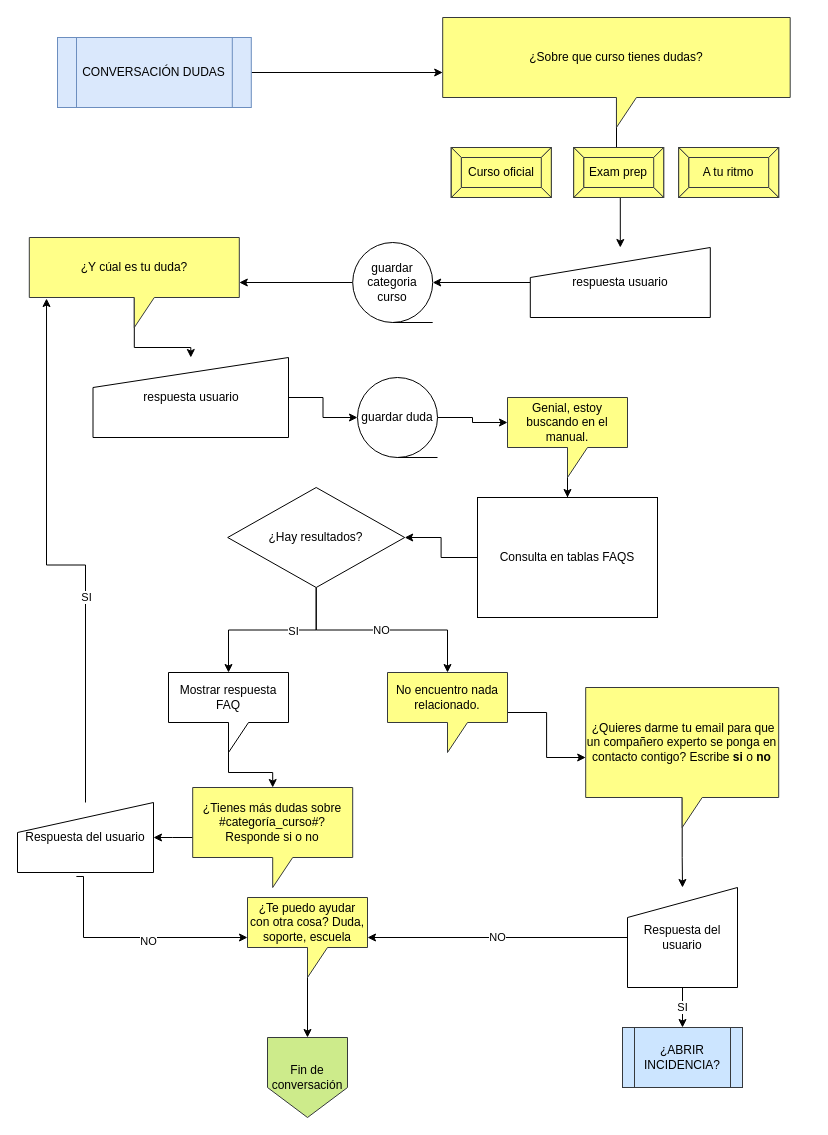
Above: page "Dudas" (2 of 4) of chatbotTE.drawio in carlosromero/chatbotworkflowte (draw.io), before the change. Source tidied: cells renumbered, new cells numbered last; positions are measured from the earlier drawing's top-left corner, leaving out a move shared by most shapes. Both pictures are drawn from the tidied source at 100%, with x=0, y=0 at pixel (17, 17).
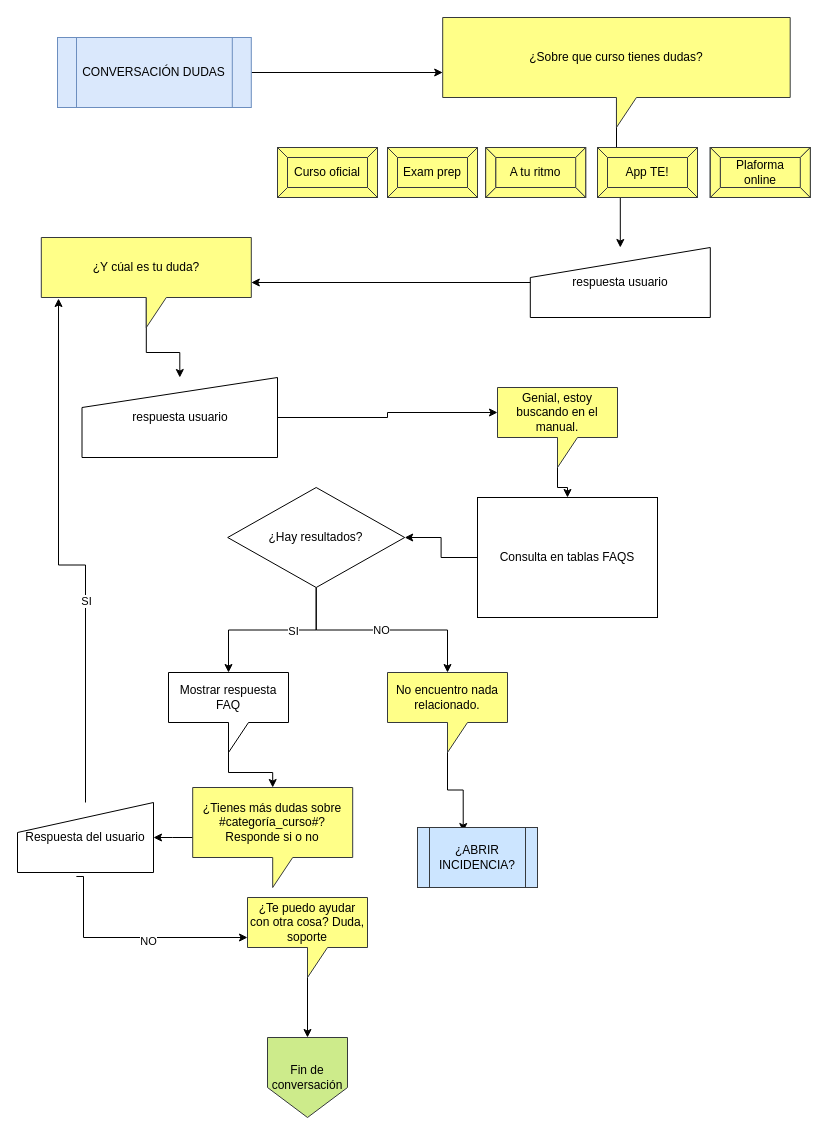
The same page after the edit.

Unchanged cells that the change refers to:
```xml
<mxCell id="8" value="respuesta usuario" style="shape=manualInput;whiteSpace=wrap;html=1;" parent="1" vertex="1">
  <mxGeometry x="512.8" y="230" width="180" height="70" as="geometry" />
</mxCell>
<mxCell id="31" value="No encuentro nada relacionado." style="shape=callout;whiteSpace=wrap;html=1;perimeter=calloutPerimeter;fillColor=#ffff88;strokeColor=#36393d;" parent="1" vertex="1">
  <mxGeometry x="370" y="655" width="120" height="80" as="geometry" />
</mxCell>
```

What changed in the source:
```diff
@@
     <mxCell id="4" value="Curso oficial" style="labelPosition=center;verticalLabelPosition=middle;align=center;html=1;shape=mxgraph.basic.button;dx=10;whiteSpace=wrap;fillColor=#ffff88;strokeColor=#36393d;" parent="1" vertex="1">
-      <mxGeometry x="433.8" y="130" width="100" height="50" as="geometry" />
+      <mxGeometry x="260" y="130" width="100" height="50" as="geometry" />
     </mxCell>
     <mxCell id="5" value="A tu ritmo" style="labelPosition=center;verticalLabelPosition=middle;align=center;html=1;shape=mxgraph.basic.button;dx=10;whiteSpace=wrap;fillColor=#ffff88;strokeColor=#36393d;" parent="1" vertex="1">
-      <mxGeometry x="661.2" y="130" width="100" height="50" as="geometry" />
+      <mxGeometry x="468.2" y="130" width="100" height="50" as="geometry" />
     </mxCell>
     <mxCell id="6" value="Exam prep" style="labelPosition=center;verticalLabelPosition=middle;align=center;html=1;shape=mxgraph.basic.button;dx=10;whiteSpace=wrap;fillColor=#ffff88;strokeColor=#36393d;" parent="1" vertex="1">
-      <mxGeometry x="556.2" y="130" width="90" height="50" as="geometry" />
+      <mxGeometry x="370" y="130" width="90" height="50" as="geometry" />
     </mxCell>
-    <mxCell id="7" style="edgeStyle=orthogonalEdgeStyle;rounded=0;jettySize=auto;html=1;" parent="1" edge="1" source="8" target="12">
-      <mxGeometry relative="1" as="geometry" />
-    </mxCell>
@@
     <mxCell id="10" value="&lt;div&gt;&lt;p&gt;¿Y cúal es tu duda?&lt;/p&gt;&lt;/div&gt;" style="shape=callout;whiteSpace=wrap;html=1;perimeter=calloutPerimeter;fillColor=#ffff88;strokeColor=#36393d;" parent="1" vertex="1">
-      <mxGeometry x="11.8" y="220" width="210" height="90" as="geometry" />
+      <mxGeometry x="23.8" y="220" width="210" height="90" as="geometry" />
     </mxCell>
-    <mxCell id="11" style="edgeStyle=orthogonalEdgeStyle;rounded=0;jettySize=auto;html=1;" parent="1" edge="1" source="12" target="10">
+    <mxCell id="11" style="edgeStyle=orthogonalEdgeStyle;rounded=0;jettySize=auto;html=1;" parent="1" edge="1" source="8" target="10">
       <mxGeometry relative="1" as="geometry" />
     </mxCell>
-    <mxCell id="12" value="guardar categoria curso" style="shape=tapeData;whiteSpace=wrap;html=1;perimeter=ellipsePerimeter;" parent="1" vertex="1">
-      <mxGeometry x="335.2" y="225" width="80" height="80" as="geometry" />
-    </mxCell>
-    <mxCell id="13" style="edgeStyle=orthogonalEdgeStyle;rounded=0;jettySize=auto;html=1;" parent="1" edge="1" source="14" target="16">
+    <mxCell id="13" style="edgeStyle=orthogonalEdgeStyle;rounded=0;jettySize=auto;html=1;entryX=0;entryY=0;entryDx=0;entryDy=25;entryPerimeter=0;" parent="1" edge="1" source="14" target="35">
       <mxGeometry relative="1" as="geometry" />
     </mxCell>
     <mxCell id="14" value="respuesta usuario" style="shape=manualInput;whiteSpace=wrap;html=1;" parent="1" vertex="1">
-      <mxGeometry x="75.5" y="340" width="195.5" height="80" as="geometry" />
+      <mxGeometry x="64.5" y="360" width="195.5" height="80" as="geometry" />
     </mxCell>
-    <mxCell id="15" style="edgeStyle=orthogonalEdgeStyle;rounded=0;jettySize=auto;html=1;entryX=0;entryY=0;entryDx=0;entryDy=25;entryPerimeter=0;" parent="1" edge="1" source="16" target="35">
-      <mxGeometry relative="1" as="geometry" />
-    </mxCell>
-    <mxCell id="16" value="guardar duda" style="shape=tapeData;whiteSpace=wrap;html=1;perimeter=ellipsePerimeter;" parent="1" vertex="1">
-      <mxGeometry x="340" y="360" width="80" height="80" as="geometry" />
-    </mxCell>
@@
-    <mxCell id="30" style="edgeStyle=orthogonalEdgeStyle;rounded=0;jettySize=auto;html=1;" parent="1" edge="1" source="31" target="33">
+    <mxCell id="30" style="edgeStyle=orthogonalEdgeStyle;rounded=0;jettySize=auto;html=1;entryX=0.381;entryY=0.067;entryDx=0;entryDy=0;entryPerimeter=0;" parent="1" edge="1" source="31" target="38">
       <mxGeometry relative="1" as="geometry" />
     </mxCell>
@@
-    <mxCell id="32" style="edgeStyle=orthogonalEdgeStyle;rounded=0;jettySize=auto;html=1;" parent="1" edge="1" source="33" target="44">
-      <mxGeometry relative="1" as="geometry" />
+    <mxCell id="32" style="edgeStyle=orthogonalEdgeStyle;rounded=0;orthogonalLoop=1;jettySize=auto;html=1;" parent="1" edge="1">
+      <mxGeometry relative="1" as="geometry">
+        <mxPoint x="664.8" y="780" as="sourcePoint" />
+      </mxGeometry>
     </mxCell>
-    <mxCell id="33" value="&lt;div&gt;&amp;nbsp;¿Quieres darme tu email para que un compañero experto se ponga en contacto contigo? Escribe &lt;b&gt;si&lt;/b&gt; o &lt;b&gt;no&lt;/b&gt;&lt;/div&gt;" style="shape=callout;whiteSpace=wrap;html=1;perimeter=calloutPerimeter;fillColor=#ffff88;strokeColor=#36393d;" parent="1" vertex="1">
-      <mxGeometry x="568.2" y="670" width="193" height="140" as="geometry" />
-    </mxCell>
@@
     <mxCell id="35" value="Genial, estoy buscando en el manual." style="shape=callout;whiteSpace=wrap;html=1;perimeter=calloutPerimeter;fillColor=#ffff88;strokeColor=#36393d;" parent="1" vertex="1">
-      <mxGeometry x="490" y="380" width="120" height="80" as="geometry" />
+      <mxGeometry x="480" y="370" width="120" height="80" as="geometry" />
     </mxCell>
@@
-    <mxCell id="38" value="¿ABRIR INCIDENCIA?" style="shape=process;whiteSpace=wrap;html=1;backgroundOutline=1;fillColor=#cce5ff;strokeColor=#36393d;" parent="1" vertex="1">
-      <mxGeometry x="605" y="1010" width="120" height="60" as="geometry" />
-    </mxCell>
@@
-    <mxCell id="40" value="¿Te puedo ayudar con otra cosa? Duda, soporte, escuela" style="shape=callout;whiteSpace=wrap;html=1;perimeter=calloutPerimeter;fillColor=#ffff88;strokeColor=#36393d;" parent="1" vertex="1">
+    <mxCell id="40" value="¿Te puedo ayudar con otra cosa? Duda, soporte" style="shape=callout;whiteSpace=wrap;html=1;perimeter=calloutPerimeter;fillColor=#ffff88;strokeColor=#36393d;" parent="1" vertex="1">
       <mxGeometry x="230" y="880" width="120" height="80" as="geometry" />
     </mxCell>
@@
-    <mxCell id="42" value="NO" style="edgeStyle=orthogonalEdgeStyle;rounded=0;jettySize=auto;html=1;" parent="1" edge="1" source="44" target="40">
-      <mxGeometry relative="1" as="geometry" />
-    </mxCell>
-    <mxCell id="43" value="SI" style="edgeStyle=orthogonalEdgeStyle;rounded=0;jettySize=auto;html=1;" parent="1" edge="1" source="44" target="38">
-      <mxGeometry relative="1" as="geometry" />
+    <mxCell id="43" value="SI" style="edgeStyle=orthogonalEdgeStyle;rounded=0;orthogonalLoop=1;jettySize=auto;html=1;" parent="1" edge="1">
+      <mxGeometry relative="1" as="geometry">
+        <mxPoint x="665" y="1010" as="targetPoint" />
+      </mxGeometry>
     </mxCell>
-    <mxCell id="44" value="&lt;div&gt;Respuesta del usuario&lt;/div&gt;" style="shape=manualInput;whiteSpace=wrap;html=1;" parent="1" vertex="1">
-      <mxGeometry x="610" y="870" width="110" height="100" as="geometry" />
-    </mxCell>
@@
+    <mxCell id="47" value="App TE!" style="labelPosition=center;verticalLabelPosition=middle;align=center;html=1;shape=mxgraph.basic.button;dx=10;whiteSpace=wrap;fillColor=#ffff88;strokeColor=#36393d;" parent="1" vertex="1">
+      <mxGeometry x="580" y="130" width="100" height="50" as="geometry" />
+    </mxCell>
+    <mxCell id="48" value="&lt;div&gt;Plaforma&lt;/div&gt;&lt;div&gt;online&lt;/div&gt;" style="labelPosition=center;verticalLabelPosition=middle;align=center;html=1;shape=mxgraph.basic.button;dx=10;whiteSpace=wrap;fillColor=#ffff88;strokeColor=#36393d;" parent="1" vertex="1">
+      <mxGeometry x="692.8" y="130" width="100" height="50" as="geometry" />
+    </mxCell>
+    <mxCell id="38" value="¿ABRIR INCIDENCIA?" style="shape=process;whiteSpace=wrap;html=1;backgroundOutline=1;fillColor=#cce5ff;strokeColor=#36393d;" parent="1" vertex="1">
+      <mxGeometry x="400" y="810" width="120" height="60" as="geometry" />
+    </mxCell>
```
